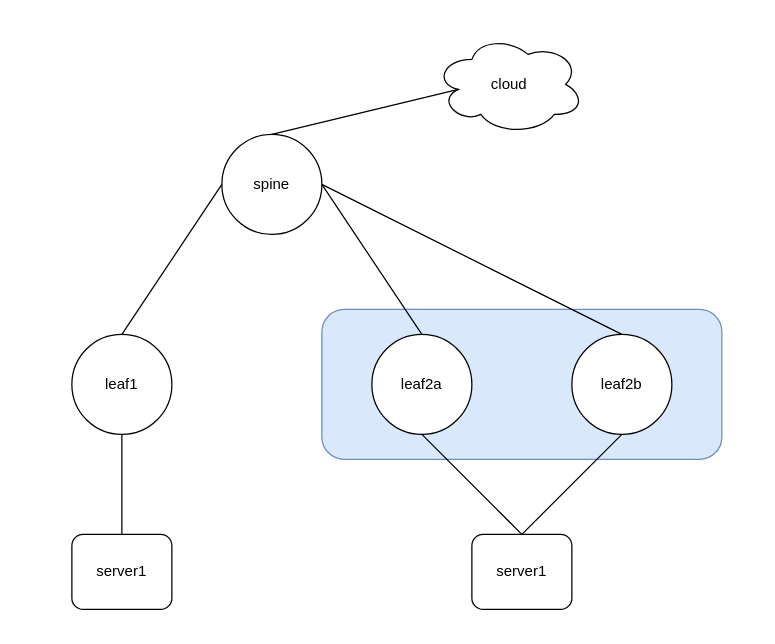
Earlier version of the draw.io diagram source/_posts/vxlan-simple/vxlan-simple.drawio (martyrsmith/martyrsmith.github.io). Source tidied: cells renumbered, new cells numbered last; positions are measured from the earlier drawing's top-left corner, leaving out a move shared by most shapes. Both pictures are drawn from the tidied source at 125%, with x=0, y=0 at pixel (71, 34).
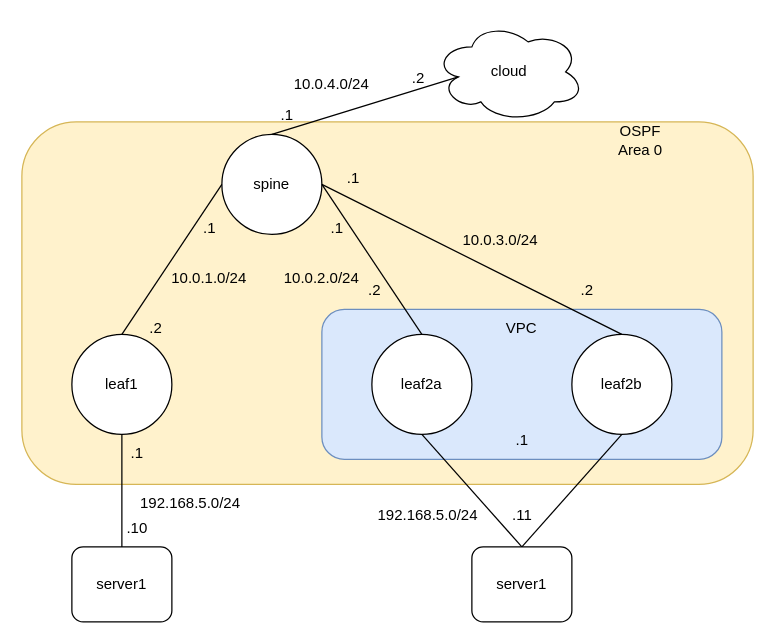
The same diagram, later.

The edit, as a diff of the source:
```diff
@@
+    <mxCell id="17" style="rounded=1;whiteSpace=wrap;html=1;fillColor=#fff2cc;strokeColor=#d6b656;" parent="1" vertex="1">
+      <mxGeometry x="-40" y="70" width="585" height="290" as="geometry" />
+    </mxCell>
@@
     <mxCell id="11" value="server1" style="rounded=1;whiteSpace=wrap;html=1;" parent="1" vertex="1">
-      <mxGeometry y="400" width="80" height="60" as="geometry" />
+      <mxGeometry y="410" width="80" height="60" as="geometry" />
     </mxCell>
@@
     <mxCell id="14" value="server1" style="rounded=1;whiteSpace=wrap;html=1;" parent="1" vertex="1">
-      <mxGeometry x="320" y="400" width="80" height="60" as="geometry" />
+      <mxGeometry x="320" y="410" width="80" height="60" as="geometry" />
     </mxCell>
     <mxCell id="15" value="cloud" style="ellipse;shape=cloud;whiteSpace=wrap;html=1;" parent="1" vertex="1">
-      <mxGeometry x="290" width="120" height="80" as="geometry" />
+      <mxGeometry x="290" y="-10" width="120" height="80" as="geometry" />
     </mxCell>
@@
+    <mxCell id="18" value="10.0.2.0/24" style="text;html=1;strokeColor=none;fillColor=none;align=center;verticalAlign=middle;whiteSpace=wrap;rounded=0;" parent="1" vertex="1">
+      <mxGeometry x="170" y="180" width="60" height="30" as="geometry" />
+    </mxCell>
+    <mxCell id="19" value="10.0.3.0/24" style="text;html=1;strokeColor=none;fillColor=none;align=center;verticalAlign=middle;whiteSpace=wrap;rounded=0;" parent="1" vertex="1">
+      <mxGeometry x="312.5" y="150" width="60" height="30" as="geometry" />
+    </mxCell>
+    <mxCell id="20" value="10.0.1.0/24" style="text;html=1;strokeColor=none;fillColor=none;align=center;verticalAlign=middle;whiteSpace=wrap;rounded=0;" parent="1" vertex="1">
+      <mxGeometry x="80" y="180" width="60" height="30" as="geometry" />
+    </mxCell>
+    <mxCell id="21" value="192.168.5.0/24" style="text;html=1;strokeColor=none;fillColor=none;align=center;verticalAlign=middle;whiteSpace=wrap;rounded=0;" parent="1" vertex="1">
+      <mxGeometry x="50" y="360" width="90" height="30" as="geometry" />
+    </mxCell>
+    <mxCell id="22" value=".1" style="text;html=1;strokeColor=none;fillColor=none;align=center;verticalAlign=middle;whiteSpace=wrap;rounded=0;" parent="1" vertex="1">
+      <mxGeometry x="347.5" y="310" width="25" height="30" as="geometry" />
+    </mxCell>
+    <mxCell id="23" value=".1" style="text;html=1;strokeColor=none;fillColor=none;align=center;verticalAlign=middle;whiteSpace=wrap;rounded=0;" parent="1" vertex="1">
+      <mxGeometry x="40" y="320" width="25" height="30" as="geometry" />
+    </mxCell>
+    <mxCell id="24" value=".1" style="text;html=1;strokeColor=none;fillColor=none;align=center;verticalAlign=middle;whiteSpace=wrap;rounded=0;" parent="1" vertex="1">
+      <mxGeometry x="97.5" y="140" width="25" height="30" as="geometry" />
+    </mxCell>
+    <mxCell id="25" value=".1" style="text;html=1;strokeColor=none;fillColor=none;align=center;verticalAlign=middle;whiteSpace=wrap;rounded=0;" parent="1" vertex="1">
+      <mxGeometry x="200" y="140" width="25" height="30" as="geometry" />
+    </mxCell>
+    <mxCell id="26" value=".1" style="text;html=1;strokeColor=none;fillColor=none;align=center;verticalAlign=middle;whiteSpace=wrap;rounded=0;" parent="1" vertex="1">
+      <mxGeometry x="213" y="100" width="25" height="30" as="geometry" />
+    </mxCell>
+    <mxCell id="27" value=".1" style="text;html=1;strokeColor=none;fillColor=none;align=center;verticalAlign=middle;whiteSpace=wrap;rounded=0;" parent="1" vertex="1">
+      <mxGeometry x="160" y="50" width="25" height="30" as="geometry" />
+    </mxCell>
+    <mxCell id="28" value="10.0.4.0/24" style="text;html=1;strokeColor=none;fillColor=none;align=center;verticalAlign=middle;whiteSpace=wrap;rounded=0;" parent="1" vertex="1">
+      <mxGeometry x="178" y="25" width="60" height="30" as="geometry" />
+    </mxCell>
+    <mxCell id="29" value=".2" style="text;html=1;strokeColor=none;fillColor=none;align=center;verticalAlign=middle;whiteSpace=wrap;rounded=0;" parent="1" vertex="1">
+      <mxGeometry x="265" y="20" width="25" height="30" as="geometry" />
+    </mxCell>
+    <mxCell id="30" value=".2" style="text;html=1;strokeColor=none;fillColor=none;align=center;verticalAlign=middle;whiteSpace=wrap;rounded=0;" parent="1" vertex="1">
+      <mxGeometry x="230" y="190" width="25" height="30" as="geometry" />
+    </mxCell>
+    <mxCell id="31" value=".2" style="text;html=1;strokeColor=none;fillColor=none;align=center;verticalAlign=middle;whiteSpace=wrap;rounded=0;" parent="1" vertex="1">
+      <mxGeometry x="400" y="190" width="25" height="30" as="geometry" />
+    </mxCell>
+    <mxCell id="32" value=".2" style="text;html=1;strokeColor=none;fillColor=none;align=center;verticalAlign=middle;whiteSpace=wrap;rounded=0;" parent="1" vertex="1">
+      <mxGeometry x="55" y="220" width="25" height="30" as="geometry" />
+    </mxCell>
+    <mxCell id="33" value=".10" style="text;html=1;strokeColor=none;fillColor=none;align=center;verticalAlign=middle;whiteSpace=wrap;rounded=0;" parent="1" vertex="1">
+      <mxGeometry x="40" y="380" width="25" height="30" as="geometry" />
+    </mxCell>
+    <mxCell id="34" value=".11" style="text;html=1;strokeColor=none;fillColor=none;align=center;verticalAlign=middle;whiteSpace=wrap;rounded=0;" parent="1" vertex="1">
+      <mxGeometry x="347.5" y="370" width="25" height="30" as="geometry" />
+    </mxCell>
+    <mxCell id="35" value="192.168.5.0/24" style="text;html=1;strokeColor=none;fillColor=none;align=center;verticalAlign=middle;whiteSpace=wrap;rounded=0;" parent="1" vertex="1">
+      <mxGeometry x="240" y="370" width="90" height="30" as="geometry" />
+    </mxCell>
+    <mxCell id="36" value="VPC" style="text;html=1;strokeColor=none;fillColor=none;align=center;verticalAlign=middle;whiteSpace=wrap;rounded=0;" parent="1" vertex="1">
+      <mxGeometry x="330" y="220" width="60" height="30" as="geometry" />
+    </mxCell>
+    <mxCell id="37" value="OSPF Area 0" style="text;html=1;strokeColor=none;fillColor=none;align=center;verticalAlign=middle;whiteSpace=wrap;rounded=0;" parent="1" vertex="1">
+      <mxGeometry x="425" y="70" width="60" height="30" as="geometry" />
+    </mxCell>
```
